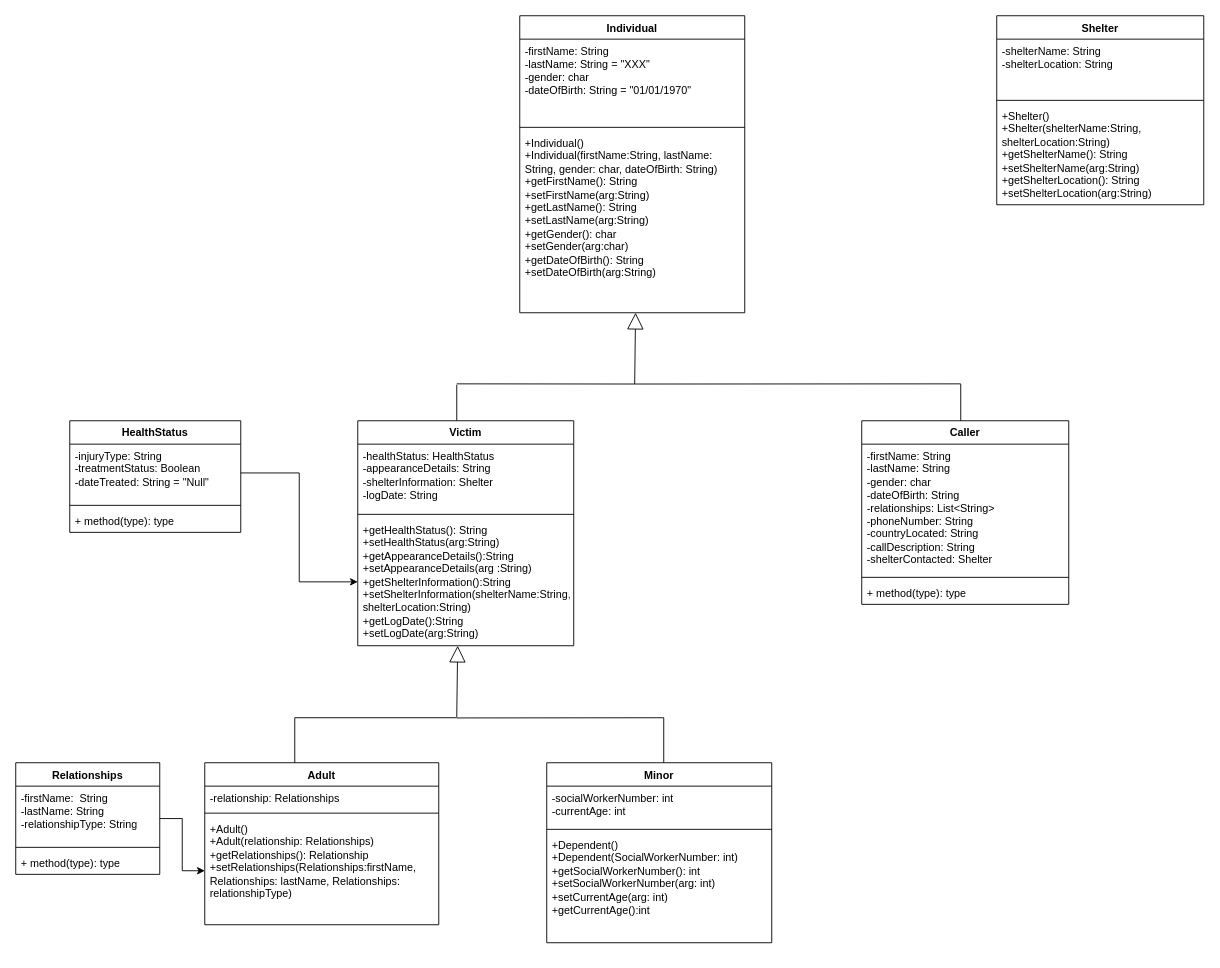
Earlier version of the draw.io diagram 25.drawio (ENSF-380-Group-25/Project-1). Source tidied: cells renumbered, new cells numbered last; positions are measured from the earlier drawing's top-left corner, leaving out a move shared by most shapes. Both pictures are drawn from the tidied source at 90%, with x=0, y=0 at pixel (15, 15).
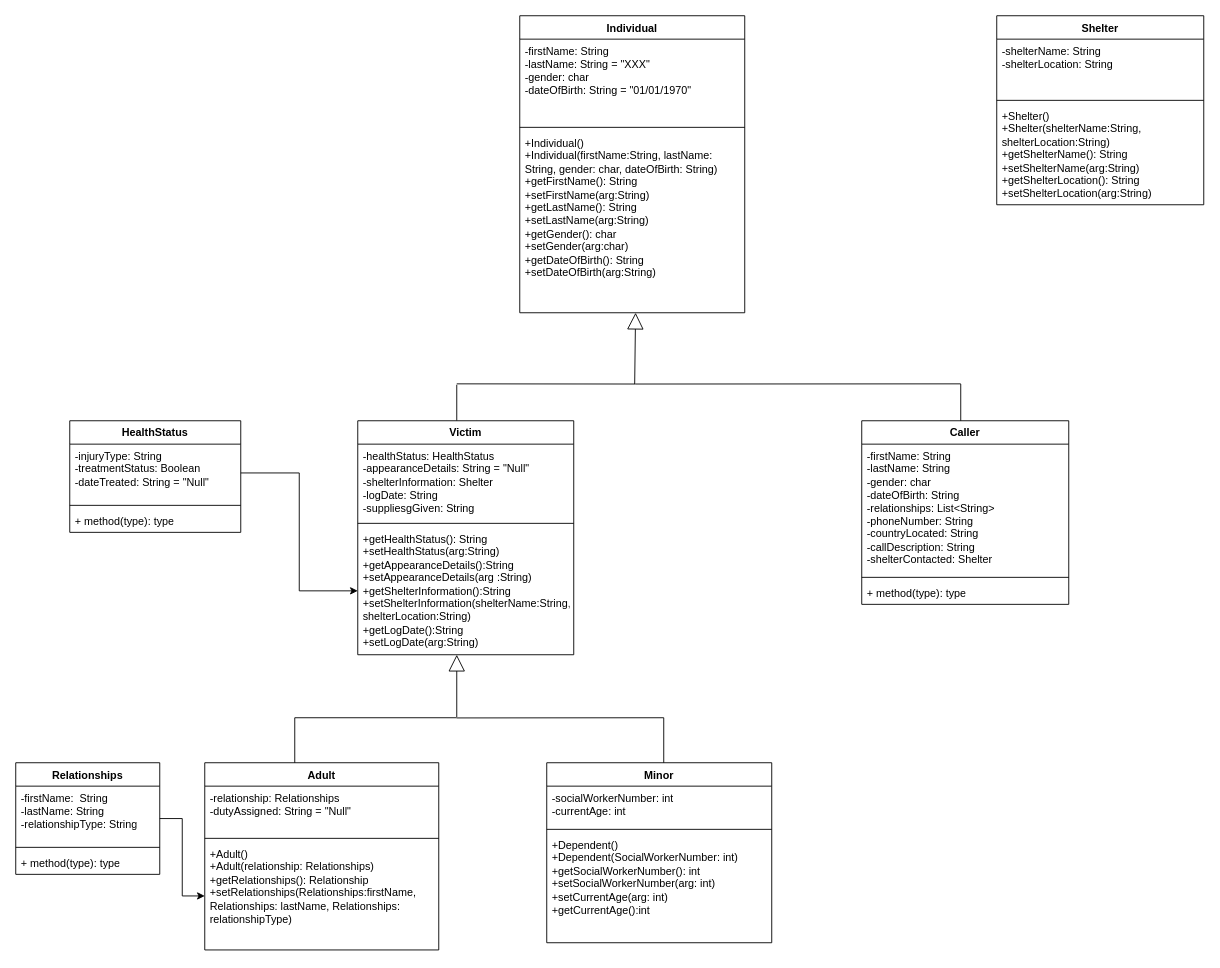
The same diagram, later.

What changed in the source:
```diff
@@
     <mxCell id="6" value="Adult" style="swimlane;fontStyle=1;align=center;verticalAlign=top;horizontal=1;startSize=26;whiteSpace=wrap;html=1;" parent="1" vertex="1">
-      <mxGeometry x="210" y="830" width="260" height="180" as="geometry" />
+      <mxGeometry x="210" y="830" width="260" height="208" as="geometry" />
     </mxCell>
-    <mxCell id="7" value="-relationship: Relationships" style="text;strokeColor=none;fillColor=none;align=left;verticalAlign=top;spacingLeft=4;spacingRight=4;overflow=hidden;whiteSpace=wrap;html=1;" parent="6" vertex="1">
-      <mxGeometry y="26" width="260" height="26" as="geometry" />
+    <mxCell id="7" value="-relationship: Relationships&lt;div&gt;-dutyAssigned: String = &quot;Null&quot;&lt;/div&gt;&lt;div&gt;&lt;br&gt;&lt;/div&gt;" style="text;strokeColor=none;fillColor=none;align=left;verticalAlign=top;spacingLeft=4;spacingRight=4;overflow=hidden;whiteSpace=wrap;html=1;" parent="6" vertex="1">
+      <mxGeometry y="26" width="260" height="54" as="geometry" />
     </mxCell>
     <mxCell id="8" style="line;strokeWidth=1;fillColor=none;align=left;verticalAlign=middle;spacingTop=-1;spacingLeft=3;spacingRight=3;labelPosition=right;strokeColor=inherit;" parent="6" vertex="1">
-      <mxGeometry y="52" width="260" height="8" as="geometry" />
+      <mxGeometry y="80" width="260" height="8" as="geometry" />
     </mxCell>
     <mxCell id="9" value="+Adult()&lt;div&gt;+Adult(relationship: Relationships&lt;span style=&quot;background-color: transparent; color: light-dark(rgb(0, 0, 0), rgb(255, 255, 255));&quot;&gt;)&lt;/span&gt;&lt;/div&gt;&lt;div&gt;+getRelationships(): Relationship&lt;div&gt;+setRelationships(&lt;span style=&quot;background-color: transparent; color: light-dark(rgb(0, 0, 0), rgb(255, 255, 255));&quot;&gt;Relationships:firstName, Relationships: lastName, Relationships: relationshipType&lt;/span&gt;&lt;span style=&quot;background-color: transparent; color: light-dark(rgb(0, 0, 0), rgb(255, 255, 255));&quot;&gt;)&lt;/span&gt;&lt;/div&gt;&lt;/div&gt;" style="text;strokeColor=none;fillColor=none;align=left;verticalAlign=top;spacingLeft=4;spacingRight=4;overflow=hidden;points=[[0,0.5],[1,0.5]];portConstraint=eastwest;whiteSpace=wrap;html=1;" parent="6" vertex="1">
-      <mxGeometry y="60" width="260" height="120" as="geometry" />
+      <mxGeometry y="88" width="260" height="120" as="geometry" />
     </mxCell>
@@
     <mxCell id="18" value="Victim" style="swimlane;fontStyle=1;align=center;verticalAlign=top;horizontal=1;startSize=26;whiteSpace=wrap;html=1;" parent="1" vertex="1">
-      <mxGeometry x="380" y="450" width="240" height="250" as="geometry" />
+      <mxGeometry x="380" y="450" width="240" height="260" as="geometry" />
     </mxCell>
-    <mxCell id="19" value="&lt;div&gt;-healthStatus: HealthStatus&lt;/div&gt;&lt;div&gt;-appearanceDetails: String&lt;/div&gt;&lt;div&gt;-shelterInformation: Shelter&lt;/div&gt;&lt;div&gt;-logDate: String&lt;/div&gt;" style="text;strokeColor=none;fillColor=none;align=left;verticalAlign=top;spacingLeft=4;spacingRight=4;overflow=hidden;whiteSpace=wrap;html=1;" parent="18" vertex="1">
-      <mxGeometry y="26" width="240" height="74" as="geometry" />
+    <mxCell id="19" value="&lt;div&gt;-healthStatus: HealthStatus&lt;/div&gt;&lt;div&gt;-appearanceDetails: String = &quot;Null&quot;&lt;/div&gt;&lt;div&gt;-shelterInformation: Shelter&lt;/div&gt;&lt;div&gt;-logDate: String&lt;/div&gt;&lt;div&gt;-suppliesgGiven: String&lt;/div&gt;" style="text;strokeColor=none;fillColor=none;align=left;verticalAlign=top;spacingLeft=4;spacingRight=4;overflow=hidden;whiteSpace=wrap;html=1;" parent="18" vertex="1">
+      <mxGeometry y="26" width="240" height="84" as="geometry" />
     </mxCell>
     <mxCell id="20" style="line;strokeWidth=1;fillColor=none;align=left;verticalAlign=middle;spacingTop=-1;spacingLeft=3;spacingRight=3;labelPosition=right;strokeColor=inherit;" parent="18" vertex="1">
-      <mxGeometry y="100" width="240" height="8" as="geometry" />
+      <mxGeometry y="110" width="240" height="8" as="geometry" />
     </mxCell>
     <mxCell id="21" value="+getHealthStatus(): String&lt;div&gt;+setHealthStatus(arg:String)&lt;/div&gt;&lt;div&gt;+getAppearanceDetails():String&lt;/div&gt;&lt;div&gt;+setAppearanceDetails(arg&amp;nbsp;&lt;span style=&quot;background-color: transparent; color: light-dark(rgb(0, 0, 0), rgb(255, 255, 255));&quot;&gt;:String&lt;/span&gt;&lt;span style=&quot;background-color: transparent; color: light-dark(rgb(0, 0, 0), rgb(255, 255, 255));&quot;&gt;)&lt;/span&gt;&lt;/div&gt;&lt;div&gt;+getShelterInformation():String&lt;/div&gt;&lt;div&gt;+setShelterInformation(shelterName:String, shelterLocation:String)&lt;/div&gt;&lt;div&gt;+getLogDate():String&lt;/div&gt;&lt;div&gt;+setLogDate(arg:String)&lt;/div&gt;&lt;div&gt;&lt;br&gt;&lt;/div&gt;" style="text;strokeColor=none;fillColor=none;align=left;verticalAlign=top;spacingLeft=4;spacingRight=4;overflow=hidden;points=[[0,0.5],[1,0.5]];portConstraint=eastwest;whiteSpace=wrap;html=1;" parent="18" vertex="1">
-      <mxGeometry y="108" width="240" height="142" as="geometry" />
+      <mxGeometry y="118" width="240" height="142" as="geometry" />
     </mxCell>
@@
     <mxCell id="32" style="endArrow=block;endSize=16;endFill=0;html=1;rounded=0;" parent="1" edge="1">
       <mxGeometry relative="1" as="geometry">
         <mxPoint x="490" y="779.2" as="sourcePoint" />
-        <mxPoint x="491" y="700" as="targetPoint" />
+        <mxPoint x="490" y="710" as="targetPoint" />
       </mxGeometry>
     </mxCell>
```
